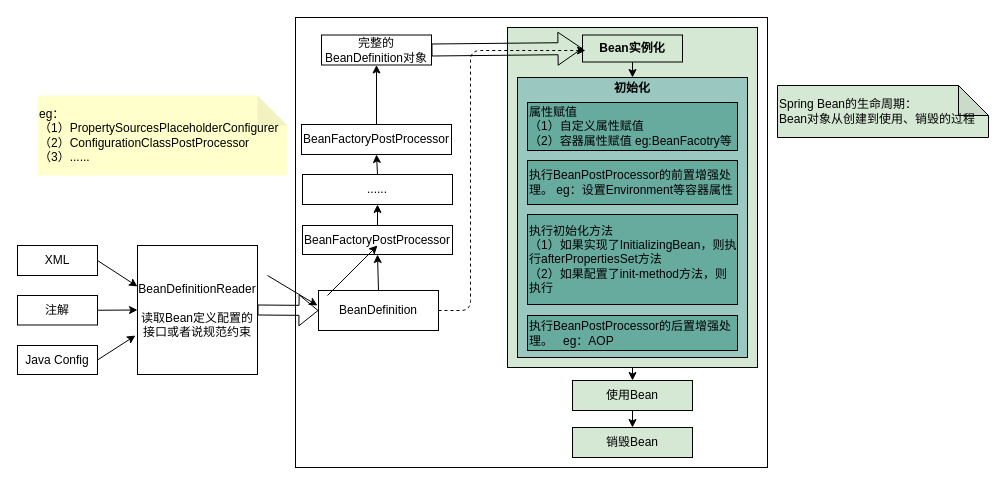
The draw.io diagram src-code-read-note/spring-note-drawio/Spring容器启动流程.drawio in zhifenghao123/spring-framework-5.3.x, before the edit. Source tidied: cells renumbered, new cells numbered last; positions are measured from the earlier drawing's top-left corner, leaving out a move shared by most shapes. Both pictures are drawn from the tidied source at 100%, with x=0, y=0 at pixel (17, 17).
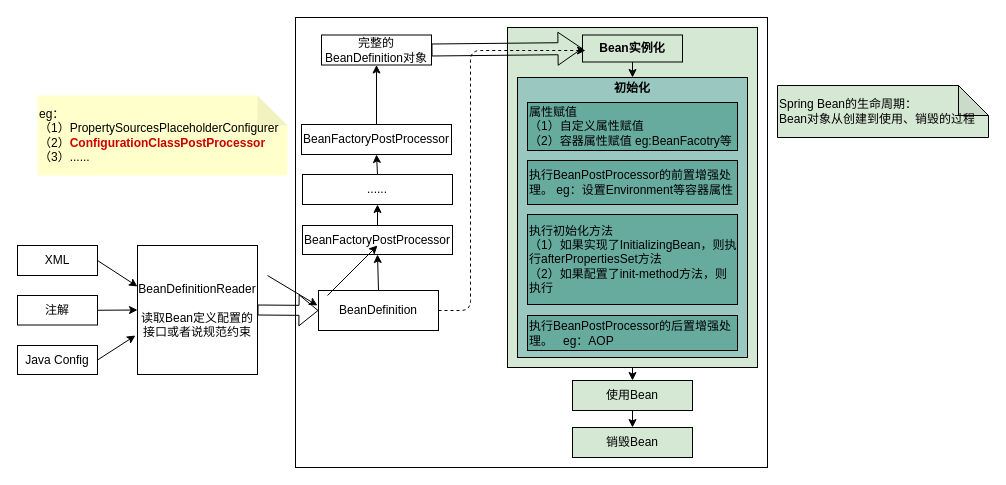
After the change.

Commit message:
新增Spring容器启动流程图

The edit, as a diff of the source:
```diff
@@
-    <mxCell id="19" value="&lt;div&gt;&lt;span style=&quot;color: rgb(0 , 0 , 0)&quot;&gt;eg：&lt;/span&gt;&lt;/div&gt;&lt;font color=&quot;#000000&quot;&gt;&lt;div&gt;&lt;span&gt;（1）PropertySourcesPlaceholderConfigurer&lt;/span&gt;&lt;/div&gt;&lt;div&gt;&lt;span&gt;（2）ConfigurationClassPostProcessor&lt;/span&gt;&lt;/div&gt;&lt;div&gt;&lt;span&gt;（3）......&lt;/span&gt;&lt;/div&gt;&lt;/font&gt;" style="shape=note;whiteSpace=wrap;html=1;backgroundOutline=1;darkOpacity=0.05;gradientColor=none;fillColor=#FFFFCC;strokeColor=none;align=left;" parent="1" vertex="1">
+    <mxCell id="19" value="&lt;div&gt;&lt;span style=&quot;color: rgb(0 , 0 , 0)&quot;&gt;eg：&lt;/span&gt;&lt;/div&gt;&lt;div style=&quot;color: rgb(0 , 0 , 0)&quot;&gt;&lt;span&gt;（1）PropertySourcesPlaceholderConfigurer&lt;/span&gt;&lt;/div&gt;&lt;div&gt;&lt;font color=&quot;#000000&quot;&gt;（2）&lt;/font&gt;&lt;font color=&quot;#cc0000&quot;&gt;&lt;b&gt;ConfigurationClassPostProcessor&lt;/b&gt;&lt;/font&gt;&lt;/div&gt;&lt;div style=&quot;color: rgb(0 , 0 , 0)&quot;&gt;&lt;span&gt;（3）......&lt;/span&gt;&lt;/div&gt;" style="shape=note;whiteSpace=wrap;html=1;backgroundOutline=1;darkOpacity=0.05;gradientColor=none;fillColor=#FFFFCC;strokeColor=none;align=left;" parent="1" vertex="1">
       <mxGeometry x="20" y="78" width="250" height="80" as="geometry" />
     </mxCell>
```
